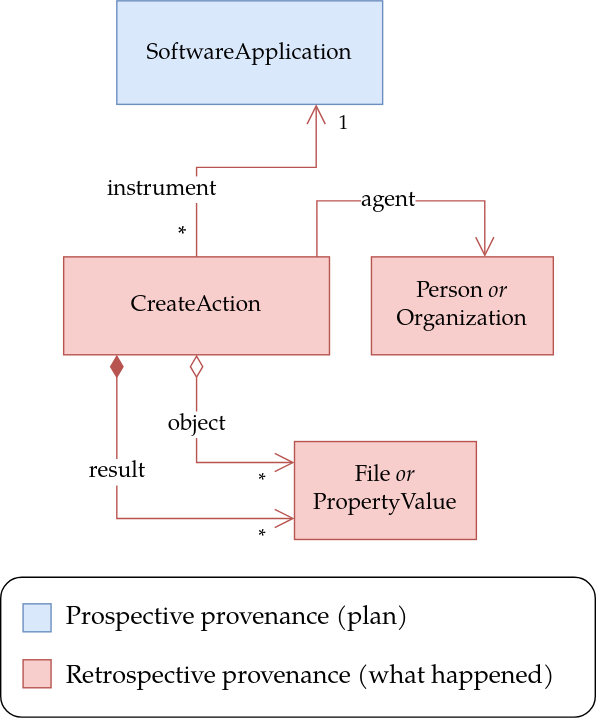
Earlier version of the draw.io export wrroc-figure1.drawio.svg (ResearchObject/workflow-run-crate-paper). Source tidied: cells renumbered, new cells last; positions are measured from the earlier drawing's top-left corner, leaving out a move shared by most shapes. Source of this version:
```xml
<mxGraphModel>
  <root>
    <mxCell id="0" />
    <mxCell id="1" parent="0" />
    <mxCell id="2" value="&lt;div style=&quot;font-size: 16px;&quot;&gt;&lt;font face=&quot;TeX Gyre Pagella&quot;&gt;SoftwareApplication&lt;/font&gt;&lt;/div&gt;" style="rounded=0;whiteSpace=wrap;html=1;fillColor=#dae8fc;strokeColor=#6c8ebf;" parent="1" vertex="1">
      <mxGeometry x="83" width="190" height="74" as="geometry" />
    </mxCell>
    <mxCell id="3" value="&lt;div&gt;&lt;font size=&quot;3&quot; face=&quot;TeX Gyre Pagella&quot;&gt;CreateAction&lt;/font&gt;&lt;/div&gt;" style="rounded=0;whiteSpace=wrap;html=1;fillColor=#f8cecc;strokeColor=#b85450;" parent="1" vertex="1">
      <mxGeometry x="45" y="183" width="190" height="70" as="geometry" />
    </mxCell>
    <mxCell id="4" value="&lt;font size=&quot;3&quot; face=&quot;TeX Gyre Pagella&quot;&gt;Person &lt;i&gt;or&lt;/i&gt; Organization&lt;br&gt;&lt;/font&gt;" style="rounded=0;whiteSpace=wrap;html=1;fillColor=#f8cecc;strokeColor=#b85450;" parent="1" vertex="1">
      <mxGeometry x="265" y="183" width="130" height="70" as="geometry" />
    </mxCell>
    <mxCell id="5" value="&lt;font size=&quot;3&quot; face=&quot;TeX Gyre Pagella&quot;&gt;File &lt;i&gt;or&lt;/i&gt; PropertyValue&lt;br&gt;&lt;/font&gt;" style="rounded=0;whiteSpace=wrap;html=1;fillColor=#f8cecc;strokeColor=#b85450;" parent="1" vertex="1">
      <mxGeometry x="210" y="315" width="130" height="70" as="geometry" />
    </mxCell>
    <mxCell id="6" value="&lt;div&gt;&lt;font size=&quot;3&quot; face=&quot;TeX Gyre Pagella&quot;&gt;instrument&lt;/font&gt;&lt;/div&gt;" style="endArrow=open;html=1;endSize=12;startArrow=none;startSize=14;startFill=0;edgeStyle=orthogonalEdgeStyle;rounded=0;entryX=0.75;entryY=1;entryDx=0;entryDy=0;fillColor=#f8cecc;strokeColor=#b85450;" parent="1" edge="1" source="3" target="2">
      <mxGeometry x="-0.51" y="25" relative="1" as="geometry">
        <Array as="points">
          <mxPoint x="140" y="119" />
          <mxPoint x="226" y="119" />
        </Array>
      </mxGeometry>
    </mxCell>
    <mxCell id="7" value="&lt;font style=&quot;font-size: 16px;&quot; face=&quot;TeX Gyre Pagella&quot;&gt;*&lt;/font&gt;" style="edgeLabel;html=1;align=left;verticalAlign=top;" parent="6" vertex="1">
      <mxGeometry x="-1" relative="1" as="geometry">
        <mxPoint x="-15" y="-30" as="offset" />
      </mxGeometry>
    </mxCell>
    <mxCell id="8" value="1" style="edgeLabel;html=1;align=right;verticalAlign=top;fontFamily=TeX Gyre Pagella;fontSource=https%3A%2F%2Ffonts.googleapis.com%2Fcss%3Ffamily%3DTeX%2BGyre%2BPagella;fontSize=14;" parent="6" vertex="1">
      <mxGeometry x="1" relative="1" as="geometry">
        <mxPoint x="23" as="offset" />
      </mxGeometry>
    </mxCell>
    <mxCell id="9" value="&lt;div&gt;&lt;font size=&quot;3&quot; face=&quot;TeX Gyre Pagella&quot;&gt;object&lt;/font&gt;&lt;/div&gt;" style="endArrow=open;html=1;endSize=12;startArrow=diamondThin;startSize=14;startFill=0;edgeStyle=orthogonalEdgeStyle;rounded=0;fillColor=#f8cecc;strokeColor=#b85450;" parent="1" edge="1" source="3" target="5">
      <mxGeometry x="-0.32" relative="1" as="geometry">
        <Array as="points">
          <mxPoint x="140" y="330" />
        </Array>
      </mxGeometry>
    </mxCell>
    <mxCell id="10" value="*" style="edgeLabel;html=1;align=right;verticalAlign=top;fontFamily=TeX Gyre Pagella;fontSource=https%3A%2F%2Ffonts.googleapis.com%2Fcss%3Ffamily%3DTeX%2BGyre%2BPagella;fontSize=14;" parent="9" vertex="1">
      <mxGeometry x="1" relative="1" as="geometry">
        <mxPoint x="-20" as="offset" />
      </mxGeometry>
    </mxCell>
    <mxCell id="11" value="&lt;div&gt;&lt;font size=&quot;3&quot; face=&quot;TeX Gyre Pagella&quot;&gt;agent&lt;/font&gt;&lt;/div&gt;" style="endArrow=open;html=1;endSize=12;startArrow=none;startSize=14;startFill=0;edgeStyle=orthogonalEdgeStyle;rounded=0;fillColor=#f8cecc;strokeColor=#b85450;" parent="1" edge="1">
      <mxGeometry x="-0.09" relative="1" as="geometry">
        <mxPoint x="226" y="183" as="sourcePoint" />
        <mxPoint x="346" y="183" as="targetPoint" />
        <Array as="points">
          <mxPoint x="226" y="143" />
          <mxPoint x="346" y="143" />
        </Array>
      </mxGeometry>
    </mxCell>
    <mxCell id="12" style="group;" parent="1" vertex="1">
      <mxGeometry y="412" width="425" height="100" as="geometry" />
    </mxCell>
    <mxCell id="13" value="&lt;div style=&quot;font-size: 18px;&quot; align=&quot;left&quot;&gt;&lt;p&gt;&lt;font style=&quot;font-size: 18px;&quot; face=&quot;TeX Gyre Pagella&quot;&gt;&lt;span style=&quot;white-space: pre;&quot;&gt;&#9; &lt;/span&gt; Prospective provenance (plan)&lt;/font&gt;&lt;/p&gt;&lt;/div&gt;&lt;div style=&quot;font-size: 18px;&quot; align=&quot;left&quot;&gt;&lt;p&gt;&lt;font style=&quot;font-size: 18px;&quot; face=&quot;TeX Gyre Pagella&quot;&gt;&lt;span style=&quot;white-space: pre;&quot;&gt;&#9;&lt;/span&gt;&amp;nbsp; Retrospective provenance (what happened)&lt;br&gt;&lt;/font&gt;&lt;/p&gt;&lt;/div&gt;" style="rounded=1;whiteSpace=wrap;html=1;align=left;" parent="12" vertex="1">
      <mxGeometry width="425" height="100" as="geometry" />
    </mxCell>
    <mxCell id="14" style="rounded=0;whiteSpace=wrap;html=1;fillColor=#f8cecc;strokeColor=#b85450;" parent="12" vertex="1">
      <mxGeometry x="16" y="59" width="20" height="20" as="geometry" />
    </mxCell>
    <mxCell id="15" style="rounded=0;whiteSpace=wrap;html=1;fillColor=#dae8fc;strokeColor=#6c8ebf;" parent="12" vertex="1">
      <mxGeometry x="16" y="19" width="20" height="20" as="geometry" />
    </mxCell>
    <mxCell id="16" value="&lt;font size=&quot;3&quot; face=&quot;TeX Gyre Pagella&quot;&gt;result&lt;/font&gt;" style="endArrow=open;html=1;endSize=12;startArrow=diamondThin;startSize=14;startFill=1;edgeStyle=orthogonalEdgeStyle;rounded=0;fillColor=#f8cecc;strokeColor=#b85450;" parent="1" edge="1" target="5">
      <mxGeometry x="-0.32" relative="1" as="geometry">
        <mxPoint x="83" y="253" as="sourcePoint" />
        <Array as="points">
          <mxPoint x="83" y="370" />
        </Array>
      </mxGeometry>
    </mxCell>
    <mxCell id="17" value="*" style="edgeLabel;html=1;align=right;verticalAlign=top;fontFamily=TeX Gyre Pagella;fontSource=https%3A%2F%2Ffonts.googleapis.com%2Fcss%3Ffamily%3DTeX%2BGyre%2BPagella;fontSize=14;" parent="16" vertex="1">
      <mxGeometry x="1" relative="1" as="geometry">
        <mxPoint x="-20" as="offset" />
      </mxGeometry>
    </mxCell>
  </root>
</mxGraphModel>
```
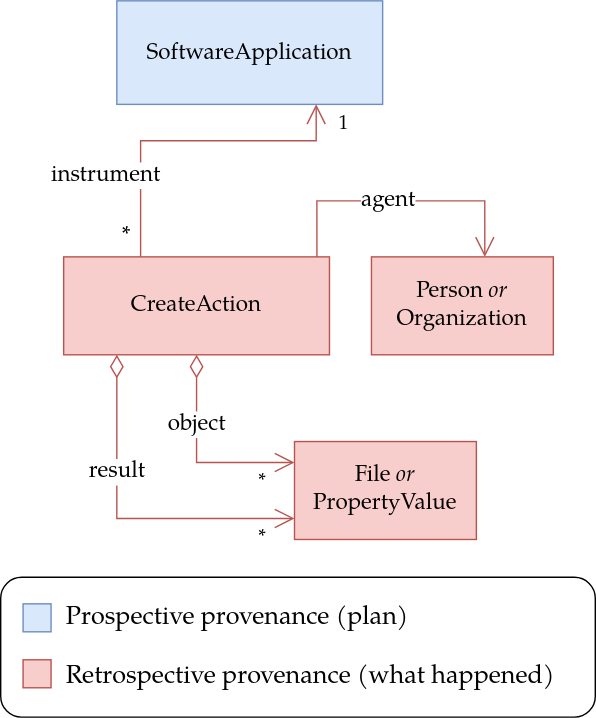
After the commit.

The edit, as a diff of the source:
```diff
@@ -17,8 +17,8 @@
     <mxCell id="6" value="&lt;div&gt;&lt;font size=&quot;3&quot; face=&quot;TeX Gyre Pagella&quot;&gt;instrument&lt;/font&gt;&lt;/div&gt;" style="endArrow=open;html=1;endSize=12;startArrow=none;startSize=14;startFill=0;edgeStyle=orthogonalEdgeStyle;rounded=0;entryX=0.75;entryY=1;entryDx=0;entryDy=0;fillColor=#f8cecc;strokeColor=#b85450;" parent="1" edge="1" source="3" target="2">
       <mxGeometry x="-0.51" y="25" relative="1" as="geometry">
         <Array as="points">
-          <mxPoint x="140" y="119" />
-          <mxPoint x="226" y="119" />
+          <mxPoint x="100" y="100" />
+          <mxPoint x="226" y="100" />
         </Array>
       </mxGeometry>
     </mxCell>
@@ -66,7 +66,7 @@
     <mxCell id="15" style="rounded=0;whiteSpace=wrap;html=1;fillColor=#dae8fc;strokeColor=#6c8ebf;" parent="12" vertex="1">
       <mxGeometry x="16" y="19" width="20" height="20" as="geometry" />
     </mxCell>
-    <mxCell id="16" value="&lt;font size=&quot;3&quot; face=&quot;TeX Gyre Pagella&quot;&gt;result&lt;/font&gt;" style="endArrow=open;html=1;endSize=12;startArrow=diamondThin;startSize=14;startFill=1;edgeStyle=orthogonalEdgeStyle;rounded=0;fillColor=#f8cecc;strokeColor=#b85450;" parent="1" edge="1" target="5">
+    <mxCell id="16" value="&lt;font size=&quot;3&quot; face=&quot;TeX Gyre Pagella&quot;&gt;result&lt;/font&gt;" style="endArrow=open;html=1;endSize=12;startArrow=diamondThin;startSize=14;startFill=0;edgeStyle=orthogonalEdgeStyle;rounded=0;fillColor=#f8cecc;strokeColor=#b85450;" parent="1" edge="1" target="5">
       <mxGeometry x="-0.32" relative="1" as="geometry">
         <mxPoint x="83" y="253" as="sourcePoint" />
         <Array as="points">
```
